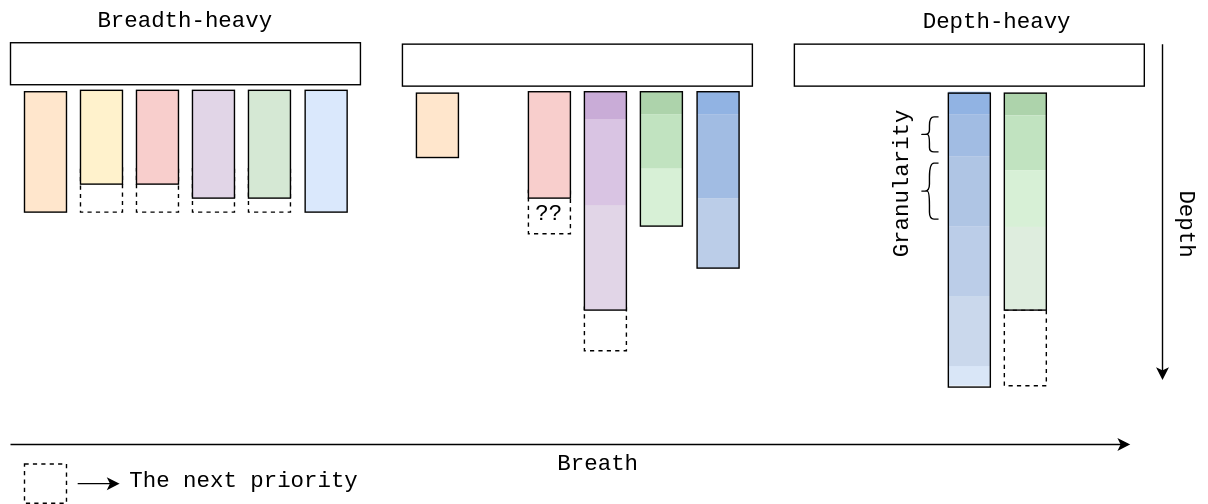
Earlier version of the draw.io export assets/notes/with-terminal-strategy.svg (addu390/addu390.github.io). Source tidied: cells renumbered, new cells last; positions are measured from the earlier drawing's top-left corner, leaving out a move shared by most shapes.
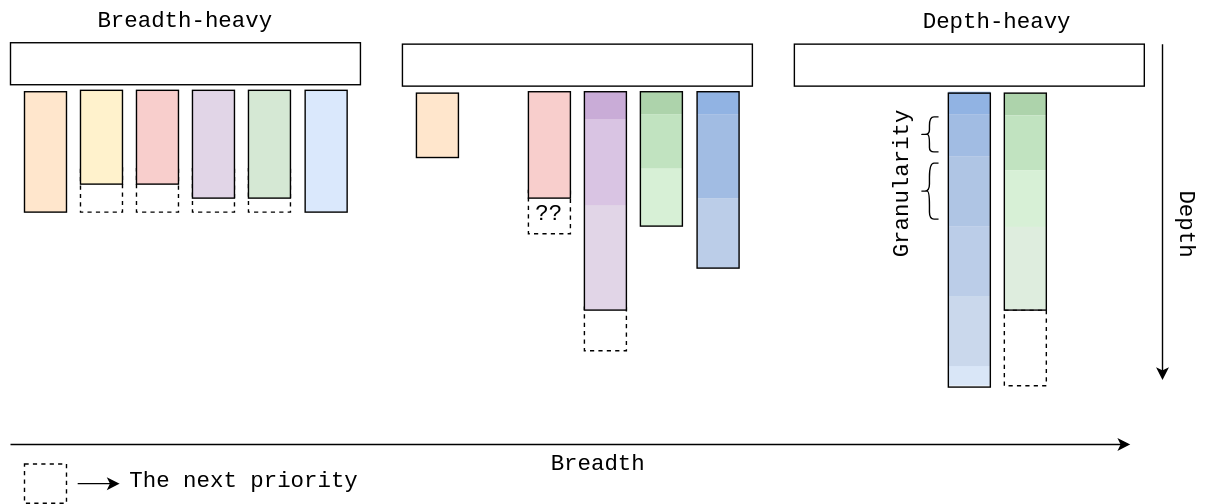
Later version of the same file.

Commit message:
Terminal Conclusion with What's next

Diff of the diagram source:
```diff
@@ -44,7 +44,7 @@
         <mxPoint x="823" y="271" as="targetPoint" />
       </mxGeometry>
     </mxCell>
-    <mxCell id="14" value="&lt;font face=&quot;monospace, monospace&quot; style=&quot;font-size: 16px;&quot;&gt;Breath&lt;/font&gt;" style="text;html=1;align=center;verticalAlign=middle;whiteSpace=wrap;rounded=0;" parent="1" vertex="1">
+    <mxCell id="14" value="&lt;font face=&quot;monospace, monospace&quot;&gt;&lt;span style=&quot;font-size: 16px;&quot;&gt;Breadth&lt;/span&gt;&lt;/font&gt;" style="text;html=1;align=center;verticalAlign=middle;whiteSpace=wrap;rounded=0;" parent="1" vertex="1">
       <mxGeometry x="390" y="317" width="60" height="30" as="geometry" />
     </mxCell>
     <mxCell id="15" value="&lt;font face=&quot;monospace, monospace&quot; style=&quot;font-size: 16px;&quot;&gt;Depth&lt;/font&gt;" style="text;html=1;align=center;verticalAlign=middle;whiteSpace=wrap;rounded=0;rotation=90;" parent="1" vertex="1">
```
